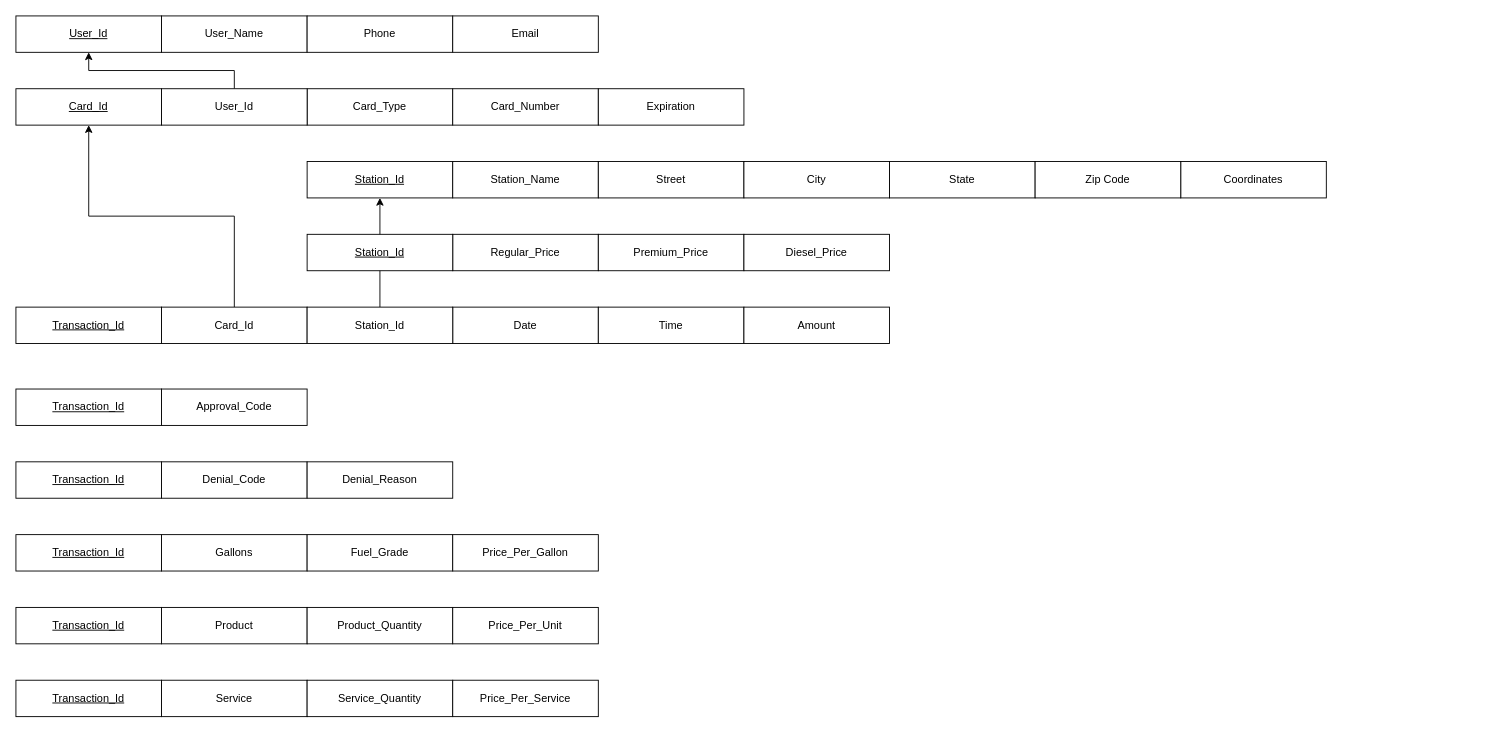
ngimpWT/CIDM3350 keeps this draw.io diagram as Project_First_Normal_Form.drawio. Above is the earlier version. Source tidied: cells renumbered, new cells numbered last; positions are measured from the earlier drawing's top-left corner, leaving out a move shared by most shapes. Both pictures are drawn from the tidied source at 91%, with x=0, y=0 at pixel (15, 15).
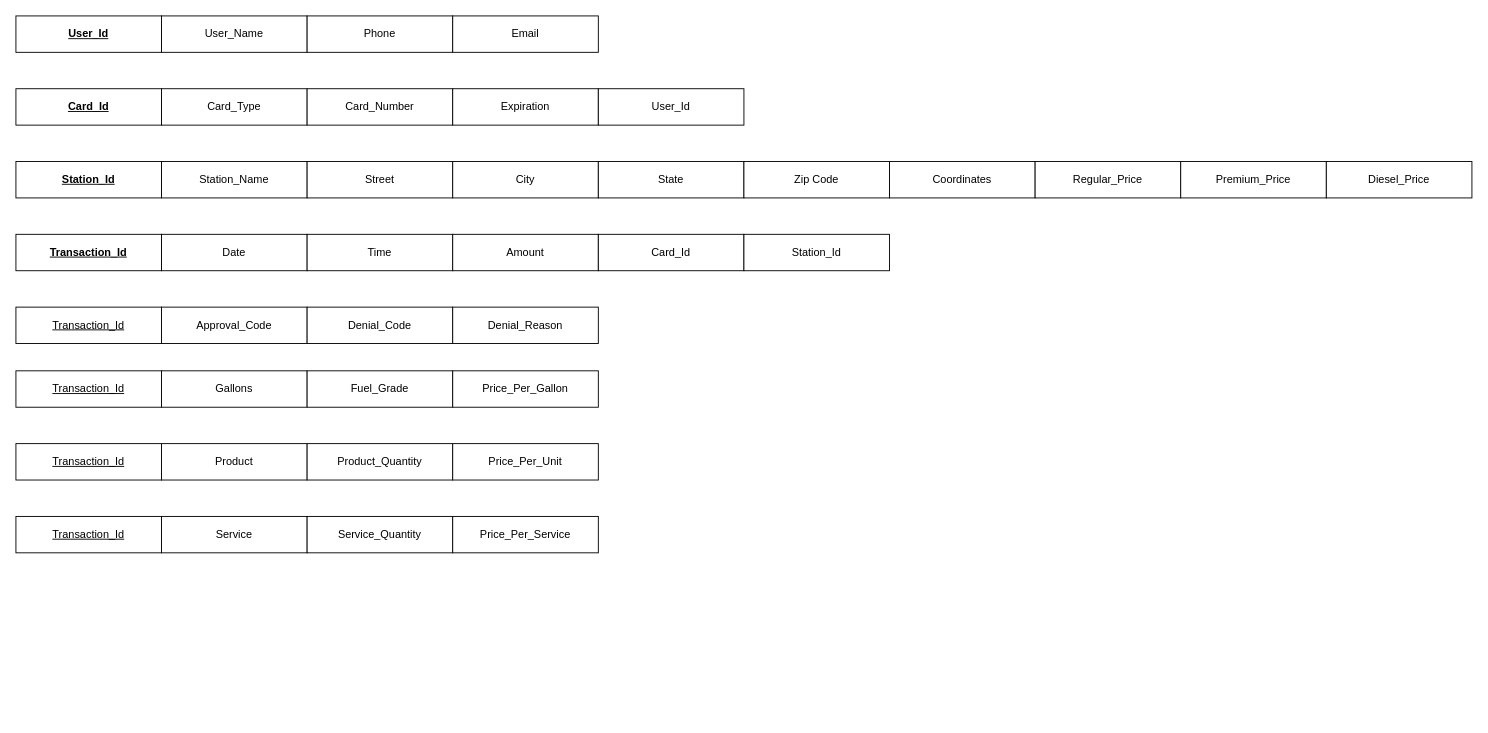
Above is the later version.

Change to the diagram source:
```diff
@@
-    <mxCell id="2" value="&lt;u&gt;Transaction_Id&lt;/u&gt;" style="rounded=0;whiteSpace=wrap;html=1;" parent="1" vertex="1">
-      <mxGeometry y="320" width="160" height="40" as="geometry" />
+    <mxCell id="2" value="&lt;b&gt;&lt;u&gt;Transaction_Id&lt;/u&gt;&lt;/b&gt;" style="rounded=0;whiteSpace=wrap;html=1;" parent="1" vertex="1">
+      <mxGeometry y="240" width="160" height="40" as="geometry" />
     </mxCell>
     <mxCell id="3" value="Date" style="rounded=0;whiteSpace=wrap;html=1;" parent="1" vertex="1">
-      <mxGeometry x="480" y="320" width="160" height="40" as="geometry" />
+      <mxGeometry x="160" y="240" width="160" height="40" as="geometry" />
     </mxCell>
     <mxCell id="4" value="Time" style="rounded=0;whiteSpace=wrap;html=1;" parent="1" vertex="1">
-      <mxGeometry x="640" y="320" width="160" height="40" as="geometry" />
+      <mxGeometry x="320" y="240" width="160" height="40" as="geometry" />
     </mxCell>
     <mxCell id="5" value="Amount" style="rounded=0;whiteSpace=wrap;html=1;" parent="1" vertex="1">
-      <mxGeometry x="800" y="320" width="160" height="40" as="geometry" />
+      <mxGeometry x="480" y="240" width="160" height="40" as="geometry" />
     </mxCell>
-    <mxCell id="6" value="&lt;u&gt;Card_Id&lt;/u&gt;" style="rounded=0;whiteSpace=wrap;html=1;" parent="1" vertex="1">
+    <mxCell id="6" value="&lt;b&gt;&lt;u&gt;Card_Id&lt;/u&gt;&lt;/b&gt;" style="rounded=0;whiteSpace=wrap;html=1;" parent="1" vertex="1">
       <mxGeometry y="80" width="160" height="40" as="geometry" />
     </mxCell>
     <mxCell id="7" value="Card_Type" style="rounded=0;whiteSpace=wrap;html=1;" parent="1" vertex="1">
-      <mxGeometry x="320" y="80" width="160" height="40" as="geometry" />
+      <mxGeometry x="160" y="80" width="160" height="40" as="geometry" />
     </mxCell>
     <mxCell id="8" value="Card_Number" style="rounded=0;whiteSpace=wrap;html=1;" parent="1" vertex="1">
-      <mxGeometry x="480" y="80" width="160" height="40" as="geometry" />
+      <mxGeometry x="320" y="80" width="160" height="40" as="geometry" />
     </mxCell>
     <mxCell id="9" value="Expiration" style="rounded=0;whiteSpace=wrap;html=1;" parent="1" vertex="1">
-      <mxGeometry x="640" y="80" width="160" height="40" as="geometry" />
+      <mxGeometry x="480" y="80" width="160" height="40" as="geometry" />
     </mxCell>
-    <mxCell id="10" value="&lt;u&gt;User_Id&lt;/u&gt;" style="rounded=0;whiteSpace=wrap;html=1;" parent="1" vertex="1">
+    <mxCell id="10" value="&lt;b&gt;&lt;u&gt;User_Id&lt;/u&gt;&lt;/b&gt;" style="rounded=0;whiteSpace=wrap;html=1;" parent="1" vertex="1">
       <mxGeometry width="160" height="40" as="geometry" />
     </mxCell>
@@
     <mxCell id="14" value="Approval_Code" style="rounded=0;whiteSpace=wrap;html=1;" parent="1" vertex="1">
-      <mxGeometry x="160" y="410" width="160" height="40" as="geometry" />
+      <mxGeometry x="160" y="320" width="160" height="40" as="geometry" />
     </mxCell>
     <mxCell id="15" value="Denial_Code" style="rounded=0;whiteSpace=wrap;html=1;" parent="1" vertex="1">
-      <mxGeometry x="160" y="490" width="160" height="40" as="geometry" />
+      <mxGeometry x="320" y="320" width="160" height="40" as="geometry" />
     </mxCell>
     <mxCell id="16" value="Denial_Reason" style="rounded=0;whiteSpace=wrap;html=1;" parent="1" vertex="1">
-      <mxGeometry x="320" y="490" width="160" height="40" as="geometry" />
+      <mxGeometry x="480" y="320" width="160" height="40" as="geometry" />
     </mxCell>
     <mxCell id="17" value="Gallons" style="rounded=0;whiteSpace=wrap;html=1;" parent="1" vertex="1">
-      <mxGeometry x="160" y="570" width="160" height="40" as="geometry" />
+      <mxGeometry x="160" y="390" width="160" height="40" as="geometry" />
     </mxCell>
     <mxCell id="18" value="Fuel_Grade" style="rounded=0;whiteSpace=wrap;html=1;" parent="1" vertex="1">
-      <mxGeometry x="320" y="570" width="160" height="40" as="geometry" />
+      <mxGeometry x="320" y="390" width="160" height="40" as="geometry" />
     </mxCell>
     <mxCell id="19" value="Price_Per_Gallon" style="rounded=0;whiteSpace=wrap;html=1;" parent="1" vertex="1">
-      <mxGeometry x="480" y="570" width="160" height="40" as="geometry" />
+      <mxGeometry x="480" y="390" width="160" height="40" as="geometry" />
     </mxCell>
     <mxCell id="20" value="Product" style="rounded=0;whiteSpace=wrap;html=1;" parent="1" vertex="1">
-      <mxGeometry x="160" y="650" width="160" height="40" as="geometry" />
+      <mxGeometry x="160" y="470" width="160" height="40" as="geometry" />
     </mxCell>
     <mxCell id="21" value="Product_Quantity" style="rounded=0;whiteSpace=wrap;html=1;" parent="1" vertex="1">
-      <mxGeometry x="320" y="650" width="160" height="40" as="geometry" />
+      <mxGeometry x="320" y="470" width="160" height="40" as="geometry" />
     </mxCell>
     <mxCell id="22" value="Price_Per_Unit" style="rounded=0;whiteSpace=wrap;html=1;" parent="1" vertex="1">
-      <mxGeometry x="480" y="650" width="160" height="40" as="geometry" />
+      <mxGeometry x="480" y="470" width="160" height="40" as="geometry" />
     </mxCell>
     <mxCell id="23" value="Service" style="rounded=0;whiteSpace=wrap;html=1;" parent="1" vertex="1">
-      <mxGeometry x="160" y="730" width="160" height="40" as="geometry" />
+      <mxGeometry x="160" y="550" width="160" height="40" as="geometry" />
     </mxCell>
     <mxCell id="24" value="Service_Quantity" style="rounded=0;whiteSpace=wrap;html=1;" parent="1" vertex="1">
-      <mxGeometry x="320" y="730" width="160" height="40" as="geometry" />
+      <mxGeometry x="320" y="550" width="160" height="40" as="geometry" />
     </mxCell>
     <mxCell id="25" value="Price_Per_Service" style="rounded=0;whiteSpace=wrap;html=1;" parent="1" vertex="1">
-      <mxGeometry x="480" y="730" width="160" height="40" as="geometry" />
+      <mxGeometry x="480" y="550" width="160" height="40" as="geometry" />
     </mxCell>
-    <mxCell id="26" value="&lt;u&gt;Station_Id&lt;/u&gt;" style="rounded=0;whiteSpace=wrap;html=1;" parent="1" vertex="1">
-      <mxGeometry x="320" y="160" width="160" height="40" as="geometry" />
+    <mxCell id="26" value="&lt;b&gt;&lt;u&gt;Station_Id&lt;/u&gt;&lt;/b&gt;" style="rounded=0;whiteSpace=wrap;html=1;" parent="1" vertex="1">
+      <mxGeometry y="160" width="160" height="40" as="geometry" />
     </mxCell>
     <mxCell id="27" value="&lt;div&gt;Station_Name&lt;/div&gt;" style="rounded=0;whiteSpace=wrap;html=1;" parent="1" vertex="1">
-      <mxGeometry x="480" y="160" width="160" height="40" as="geometry" />
+      <mxGeometry x="160" y="160" width="160" height="40" as="geometry" />
     </mxCell>
     <mxCell id="28" value="Street" style="rounded=0;whiteSpace=wrap;html=1;" parent="1" vertex="1">
-      <mxGeometry x="640" y="160" width="160" height="40" as="geometry" />
+      <mxGeometry x="320" y="160" width="160" height="40" as="geometry" />
     </mxCell>
     <mxCell id="29" value="Coordinates" style="rounded=0;whiteSpace=wrap;html=1;" parent="1" vertex="1">
-      <mxGeometry x="1280" y="160" width="160" height="40" as="geometry" />
+      <mxGeometry x="960" y="160" width="160" height="40" as="geometry" />
     </mxCell>
     <mxCell id="30" value="Regular_Price" style="rounded=0;whiteSpace=wrap;html=1;" parent="1" vertex="1">
-      <mxGeometry x="480" y="240" width="160" height="40" as="geometry" />
+      <mxGeometry x="1120" y="160" width="160" height="40" as="geometry" />
     </mxCell>
     <mxCell id="31" value="Premium_Price" style="rounded=0;whiteSpace=wrap;html=1;" parent="1" vertex="1">
-      <mxGeometry x="640" y="240" width="160" height="40" as="geometry" />
+      <mxGeometry x="1280" y="160" width="160" height="40" as="geometry" />
     </mxCell>
     <mxCell id="32" value="Diesel_Price" style="rounded=0;whiteSpace=wrap;html=1;" parent="1" vertex="1">
-      <mxGeometry x="800" y="240" width="160" height="40" as="geometry" />
+      <mxGeometry x="1440" y="160" width="160" height="40" as="geometry" />
     </mxCell>
-    <mxCell id="33" style="edgeStyle=orthogonalEdgeStyle;rounded=0;jettySize=auto;html=1;entryX=0.5;entryY=1;entryDx=0;entryDy=0;" parent="1" edge="1" source="34" target="10">
-      <mxGeometry relative="1" as="geometry" />
-    </mxCell>
     <mxCell id="34" value="User_Id" style="rounded=0;whiteSpace=wrap;html=1;" parent="1" vertex="1">
-      <mxGeometry x="160" y="80" width="160" height="40" as="geometry" />
+      <mxGeometry x="640" y="80" width="160" height="40" as="geometry" />
     </mxCell>
-    <mxCell id="35" style="edgeStyle=orthogonalEdgeStyle;rounded=0;jettySize=auto;html=1;entryX=0.5;entryY=1;entryDx=0;entryDy=0;" parent="1" edge="1" source="36" target="6">
-      <mxGeometry relative="1" as="geometry" />
-    </mxCell>
     <mxCell id="36" value="Card_Id" style="rounded=0;whiteSpace=wrap;html=1;" parent="1" vertex="1">
-      <mxGeometry x="160" y="320" width="160" height="40" as="geometry" />
+      <mxGeometry x="640" y="240" width="160" height="40" as="geometry" />
     </mxCell>
-    <mxCell id="37" style="edgeStyle=orthogonalEdgeStyle;rounded=0;jettySize=auto;html=1;entryX=0.5;entryY=1;entryDx=0;entryDy=0;" parent="1" edge="1" source="38" target="26">
-      <mxGeometry relative="1" as="geometry" />
-    </mxCell>
     <mxCell id="38" value="Station_Id" style="rounded=0;whiteSpace=wrap;html=1;" parent="1" vertex="1">
-      <mxGeometry x="320" y="320" width="160" height="40" as="geometry" />
+      <mxGeometry x="800" y="240" width="160" height="40" as="geometry" />
     </mxCell>
     <mxCell id="39" value="City" style="rounded=0;whiteSpace=wrap;html=1;" parent="1" vertex="1">
-      <mxGeometry x="800" y="160" width="160" height="40" as="geometry" />
+      <mxGeometry x="480" y="160" width="160" height="40" as="geometry" />
     </mxCell>
     <mxCell id="40" value="State" style="rounded=0;whiteSpace=wrap;html=1;" parent="1" vertex="1">
-      <mxGeometry x="960" y="160" width="160" height="40" as="geometry" />
+      <mxGeometry x="640" y="160" width="160" height="40" as="geometry" />
     </mxCell>
     <mxCell id="41" value="Zip Code" style="rounded=0;whiteSpace=wrap;html=1;" parent="1" vertex="1">
-      <mxGeometry x="1120" y="160" width="160" height="40" as="geometry" />
+      <mxGeometry x="800" y="160" width="160" height="40" as="geometry" />
     </mxCell>
-    <mxCell id="42" value="&lt;u&gt;Station_Id&lt;/u&gt;" style="rounded=0;whiteSpace=wrap;html=1;" parent="1" vertex="1">
-      <mxGeometry x="320" y="240" width="160" height="40" as="geometry" />
-    </mxCell>
     <mxCell id="43" value="&lt;u&gt;Transaction_Id&lt;/u&gt;" style="rounded=0;whiteSpace=wrap;html=1;" parent="1" vertex="1">
-      <mxGeometry y="410" width="160" height="40" as="geometry" />
+      <mxGeometry y="320" width="160" height="40" as="geometry" />
     </mxCell>
     <mxCell id="44" value="&lt;u&gt;Transaction_Id&lt;/u&gt;" style="rounded=0;whiteSpace=wrap;html=1;" parent="1" vertex="1">
-      <mxGeometry y="570" width="160" height="40" as="geometry" />
+      <mxGeometry y="390" width="160" height="40" as="geometry" />
     </mxCell>
     <mxCell id="45" value="&lt;u&gt;Transaction_Id&lt;/u&gt;" style="rounded=0;whiteSpace=wrap;html=1;" parent="1" vertex="1">
-      <mxGeometry y="650" width="160" height="40" as="geometry" />
+      <mxGeometry y="470" width="160" height="40" as="geometry" />
     </mxCell>
     <mxCell id="46" value="&lt;u&gt;Transaction_Id&lt;/u&gt;" style="rounded=0;whiteSpace=wrap;html=1;" parent="1" vertex="1">
-      <mxGeometry y="730" width="160" height="40" as="geometry" />
+      <mxGeometry y="550" width="160" height="40" as="geometry" />
     </mxCell>
-    <mxCell id="47" value="&lt;u&gt;Transaction_Id&lt;/u&gt;" style="rounded=0;whiteSpace=wrap;html=1;" parent="1" vertex="1">
-      <mxGeometry y="490" width="160" height="40" as="geometry" />
-    </mxCell>
```
